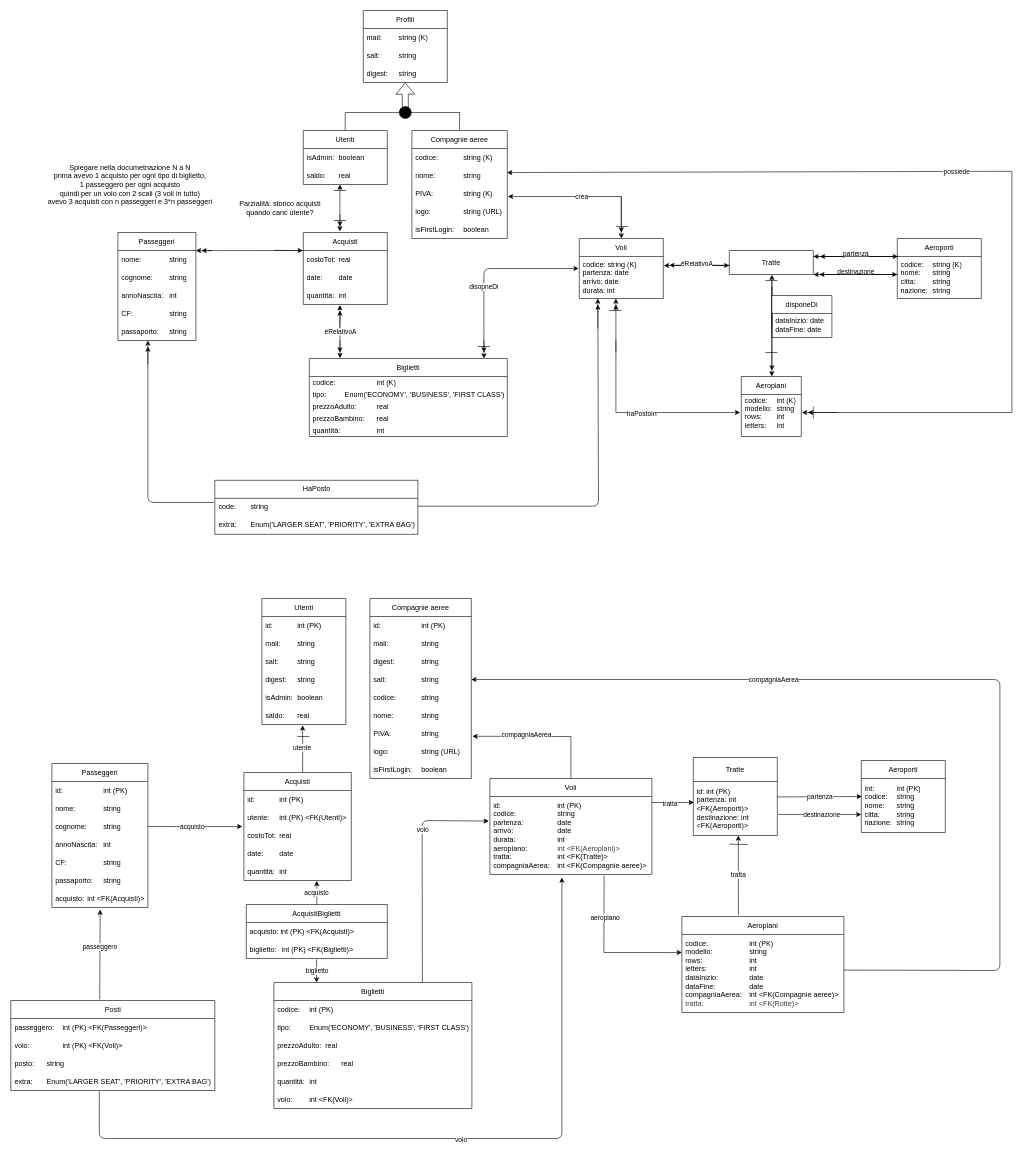
giovanni-quacchia/Airports_projects keeps this draw.io diagram as BD/DB.drawio. Above is the earlier version. Source tidied: cells renumbered, new cells numbered last; positions are measured from the earlier drawing's top-left corner, leaving out a move shared by most shapes. Both pictures are drawn from the tidied source at 60%, with x=0, y=0 at pixel (11, 10).
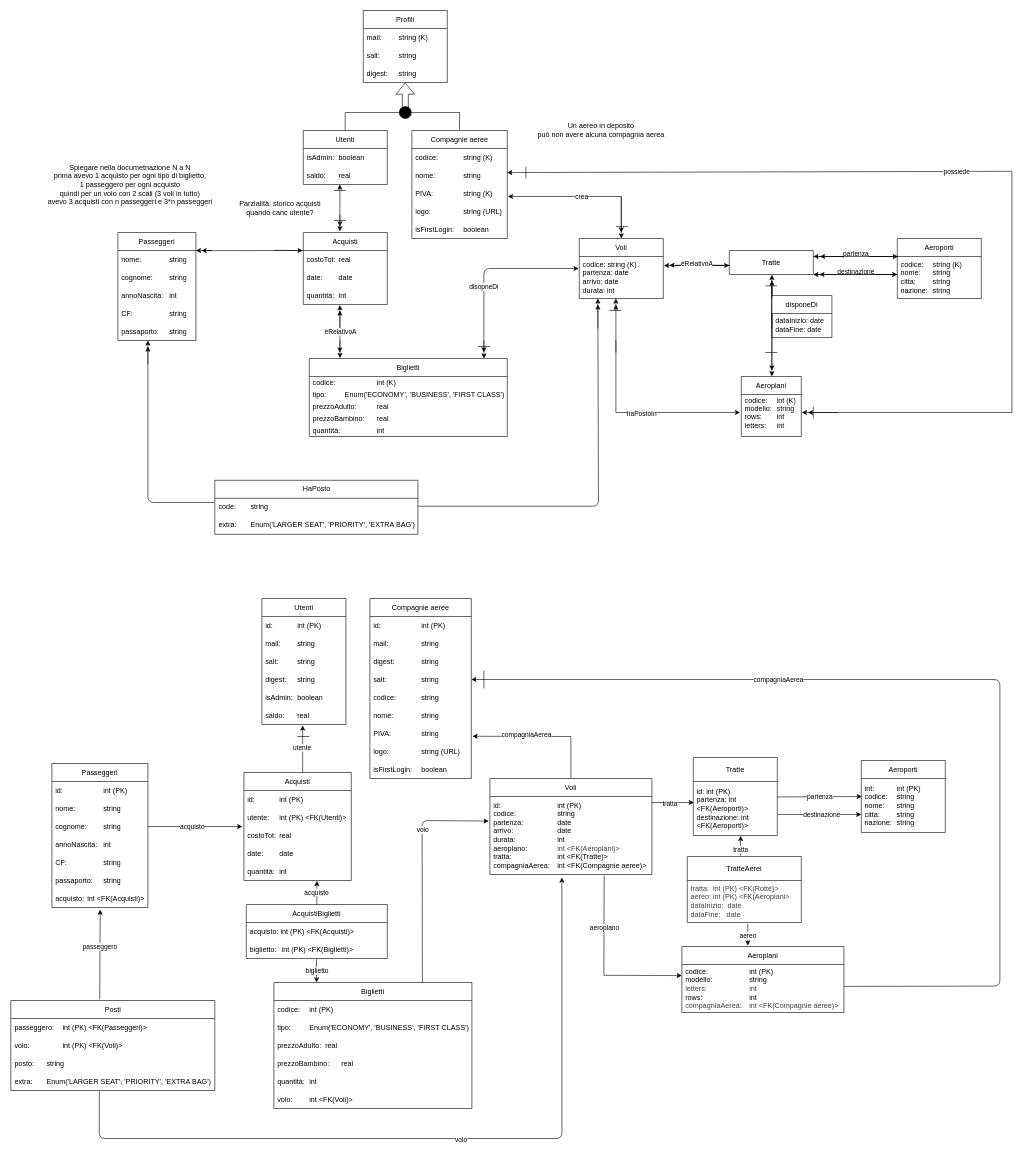
The same page after the edit.

The change refers to these unchanged cells:
```xml
<mxCell id="102" value="salt: &lt;span style=&quot;white-space: pre;&quot;&gt;&#9;&lt;span style=&quot;white-space: pre;&quot;&gt;&#9;&lt;/span&gt;&lt;/span&gt;string" style="text;strokeColor=none;fillColor=none;align=left;verticalAlign=middle;spacingLeft=4;spacingRight=4;overflow=hidden;points=[[0,0.5],[1,0.5]];portConstraint=eastwest;whiteSpace=wrap;html=1;" parent="98" vertex="1">
  <mxGeometry y="120" width="169" height="30" as="geometry" />
</mxCell>
<mxCell id="109" value="&lt;div&gt;id: int (PK)&lt;/div&gt;partenza: int &amp;lt;FK(Aeroporti)&amp;gt;&lt;div&gt;&lt;span style=&quot;color: rgb(0, 0, 0);&quot;&gt;destinazione: int &amp;lt;FK(Aeroporti)&amp;gt;&lt;/span&gt;&lt;/div&gt;" style="text;strokeColor=none;fillColor=none;align=left;verticalAlign=middle;spacingLeft=4;spacingRight=4;overflow=hidden;points=[[0,0.5],[1,0.5]];portConstraint=eastwest;whiteSpace=wrap;html=1;" parent="108" vertex="1">
  <mxGeometry y="40" width="140" height="90" as="geometry" />
</mxCell>
<mxCell id="121" value="&lt;div&gt;id:&amp;nbsp;&lt;span style=&quot;white-space: pre;&quot;&gt;&#9;&lt;/span&gt;&lt;span style=&quot;white-space: pre;&quot;&gt;&#9;&lt;span style=&quot;white-space: pre;&quot;&gt;&#9;&lt;span style=&quot;white-space: pre;&quot;&gt;&#9;&lt;/span&gt;&lt;/span&gt;&lt;/span&gt;int (PK)&lt;/div&gt;codice: &lt;span style=&quot;white-space: pre;&quot;&gt;&#9;&lt;span style=&quot;white-space: pre;&quot;&gt;&#9;&lt;span style=&quot;white-space: pre;&quot;&gt;&#9;&lt;/span&gt;&lt;/span&gt;&lt;/span&gt;string&amp;nbsp;&lt;div&gt;partenza: &lt;span style=&quot;white-space: pre;&quot;&gt;&#9;&lt;span style=&quot;white-space: pre;&quot;&gt;&#9;&lt;/span&gt;&lt;/span&gt;date&lt;/div&gt;&lt;div&gt;arrivo: &lt;span style=&quot;white-space: pre;&quot;&gt;&#9;&lt;/span&gt;&lt;span style=&quot;white-space: pre;&quot;&gt;&#9;&lt;span style=&quot;white-space: pre;&quot;&gt;&#9;&lt;/span&gt;&lt;/span&gt;date&lt;/div&gt;&lt;div&gt;durata: &lt;span style=&quot;white-space: pre;&quot;&gt;&#9;&lt;/span&gt;&lt;span style=&quot;white-space: pre;&quot;&gt;&#9;&lt;span style=&quot;white-space: pre;&quot;&gt;&#9;&lt;/span&gt;&lt;/span&gt;int&lt;/div&gt;&lt;div&gt;aeroplano:&amp;nbsp;&lt;span style=&quot;white-space: pre;&quot;&gt;&#9;&lt;span style=&quot;white-space: pre;&quot;&gt;&#9;&lt;/span&gt;&lt;/span&gt;&lt;span style=&quot;color: rgb(63, 63, 63); background-color: transparent;&quot;&gt;int &amp;lt;FK(Aeroplani)&amp;gt;&lt;/span&gt;&lt;/div&gt;&lt;div&gt;tratta:&lt;span style=&quot;white-space: pre;&quot;&gt;&#9;&lt;span style=&quot;white-space: pre;&quot;&gt;&#9;&lt;span style=&quot;white-space: pre;&quot;&gt;&#9;&lt;/span&gt;&lt;/span&gt;int &amp;lt;FK(Tratte)&amp;gt;&lt;/span&gt;&lt;span style=&quot;white-space: pre;&quot;&gt;&#9;&lt;/span&gt;&lt;/div&gt;&lt;div&gt;compagniaAerea: &lt;span style=&quot;white-space: pre;&quot;&gt;&#9;&lt;/span&gt;int &amp;lt;FK(Compagnie aeree)&amp;gt;&lt;/div&gt;" style="text;strokeColor=none;fillColor=none;align=left;verticalAlign=middle;spacingLeft=4;spacingRight=4;overflow=hidden;points=[[0,0.5],[1,0.5]];portConstraint=eastwest;whiteSpace=wrap;html=1;" parent="120" vertex="1">
  <mxGeometry y="30" width="270" height="130" as="geometry" />
</mxCell>
```

Change to the diagram source:
```diff
@@
     <mxCell id="54" style="endArrow=none;html=1;rounded=0;" parent="1" edge="1">
       <mxGeometry relative="1" as="geometry">
-        <mxPoint x="1277" y="450" as="sourcePoint" />
-        <mxPoint x="1257" y="450" as="targetPoint" />
+        <mxPoint x="1277" y="459" as="sourcePoint" />
+        <mxPoint x="1257" y="459" as="targetPoint" />
       </mxGeometry>
     </mxCell>
@@
     <mxCell id="110" value="Aeroplani" style="swimlane;fontStyle=0;horizontal=1;startSize=30;whiteSpace=wrap;html=1;" parent="1" vertex="1">
-      <mxGeometry x="1118" y="1510" width="270" height="160" as="geometry" />
+      <mxGeometry x="1118" y="1560" width="270" height="110" as="geometry" />
     </mxCell>
-    <mxCell id="111" value="codice: &lt;span style=&quot;white-space: pre;&quot;&gt;&#9;&lt;span style=&quot;white-space: pre;&quot;&gt;&#9;&lt;span style=&quot;white-space: pre;&quot;&gt;&#9;&lt;/span&gt;&lt;/span&gt;&lt;/span&gt;int (PK)&lt;div&gt;&lt;font color=&quot;#000000&quot;&gt;modello: &lt;span style=&quot;white-space: pre;&quot;&gt;&#9;&lt;span style=&quot;white-space: pre;&quot;&gt;&#9;&lt;span style=&quot;white-space: pre;&quot;&gt;&#9;&lt;/span&gt;&lt;/span&gt;&lt;/span&gt;string&lt;/font&gt;&lt;/div&gt;&lt;div&gt;&lt;font color=&quot;#000000&quot;&gt;rows: &lt;span style=&quot;white-space: pre;&quot;&gt;&#9;&lt;span style=&quot;white-space: pre;&quot;&gt;&#9;&lt;span style=&quot;white-space: pre;&quot;&gt;&#9;&lt;/span&gt;&lt;/span&gt;&lt;/span&gt;int&lt;/font&gt;&lt;/div&gt;&lt;div&gt;&lt;font color=&quot;#000000&quot;&gt;letters: &lt;span style=&quot;white-space: pre;&quot;&gt;&#9;&lt;span style=&quot;white-space: pre;&quot;&gt;&#9;&lt;span style=&quot;white-space: pre;&quot;&gt;&#9;&lt;/span&gt;&lt;/span&gt;&lt;/span&gt;int&lt;/font&gt;&lt;/div&gt;&lt;div&gt;&lt;div&gt;&lt;div&gt;dataInizio: &lt;span style=&quot;white-space: pre;&quot;&gt;&#9;&lt;span style=&quot;white-space: pre;&quot;&gt;&#9;&lt;/span&gt;&lt;/span&gt;date&lt;/div&gt;&lt;/div&gt;&lt;/div&gt;&lt;div&gt;dataFine: &lt;span style=&quot;white-space: pre;&quot;&gt;&#9;&lt;span style=&quot;white-space: pre;&quot;&gt;&#9;&lt;/span&gt;&lt;/span&gt;date&lt;/div&gt;&lt;div&gt;compagniaAerea:&amp;nbsp;&lt;span style=&quot;white-space: pre;&quot;&gt;&#9;&lt;/span&gt;int &amp;lt;FK(Compagnie aeree)&amp;gt;&lt;/div&gt;&lt;div&gt;&lt;span style=&quot;color: rgb(63, 63, 63);&quot;&gt;tratta:&amp;nbsp;&lt;/span&gt;&lt;span style=&quot;color: rgb(63, 63, 63); scrollbar-color: rgb(226, 226, 226) rgb(251, 251, 251); white-space: pre;&quot;&gt;&#9;&lt;span style=&quot;white-space: pre;&quot;&gt;&#9;&lt;/span&gt;&lt;span style=&quot;white-space: pre;&quot;&gt;&#9;&lt;/span&gt;&lt;/span&gt;&lt;span style=&quot;color: rgb(63, 63, 63);&quot;&gt;int &amp;lt;FK(Rotte)&amp;gt;&lt;/span&gt;&lt;/div&gt;" style="text;strokeColor=none;fillColor=none;align=left;verticalAlign=middle;spacingLeft=4;spacingRight=4;overflow=hidden;points=[[0,0.5],[1,0.5]];portConstraint=eastwest;whiteSpace=wrap;html=1;" parent="110" vertex="1">
-      <mxGeometry y="30" width="270" height="130" as="geometry" />
+    <mxCell id="111" value="codice: &lt;span style=&quot;white-space: pre;&quot;&gt;&#9;&lt;span style=&quot;white-space: pre;&quot;&gt;&#9;&lt;span style=&quot;white-space: pre;&quot;&gt;&#9;&lt;/span&gt;&lt;/span&gt;&lt;/span&gt;int (PK)&lt;div&gt;&lt;font color=&quot;#000000&quot;&gt;modello: &lt;span style=&quot;white-space: pre;&quot;&gt;&#9;&lt;span style=&quot;white-space: pre;&quot;&gt;&#9;&lt;span style=&quot;white-space: pre;&quot;&gt;&#9;&lt;/span&gt;&lt;/span&gt;&lt;/span&gt;string&lt;/font&gt;&lt;/div&gt;&lt;div&gt;&lt;font color=&quot;#000000&quot;&gt;&lt;div style=&quot;color: rgb(63, 63, 63); scrollbar-color: rgb(226, 226, 226) rgb(251, 251, 251);&quot;&gt;&lt;font style=&quot;scrollbar-color: rgb(226, 226, 226) rgb(251, 251, 251);&quot;&gt;letters:&amp;nbsp;&lt;span style=&quot;color: rgb(63, 63, 63); scrollbar-color: rgb(226, 226, 226) rgb(251, 251, 251); white-space: pre;&quot;&gt;&#9;&lt;span style=&quot;color: rgb(63, 63, 63); scrollbar-color: rgb(226, 226, 226) rgb(251, 251, 251); white-space: pre;&quot;&gt;&#9;&lt;span style=&quot;color: rgb(63, 63, 63); scrollbar-color: rgb(226, 226, 226) rgb(251, 251, 251);&quot;&gt;&#9;&lt;/span&gt;&lt;/span&gt;&lt;/span&gt;int&lt;/font&gt;&lt;/div&gt;&lt;/font&gt;&lt;/div&gt;&lt;div&gt;&lt;font color=&quot;#000000&quot;&gt;rows: &lt;span style=&quot;white-space: pre;&quot;&gt;&#9;&lt;span style=&quot;white-space: pre;&quot;&gt;&#9;&lt;span style=&quot;white-space: pre;&quot;&gt;&#9;&lt;/span&gt;&lt;/span&gt;&lt;/span&gt;int&lt;/font&gt;&lt;/div&gt;&lt;div&gt;&lt;span style=&quot;color: rgb(63, 63, 63); background-color: transparent;&quot;&gt;compagniaAerea:&amp;nbsp;&lt;/span&gt;&lt;span style=&quot;color: rgb(63, 63, 63); background-color: transparent; white-space: pre;&quot;&gt;&#9;&lt;/span&gt;&lt;span style=&quot;color: rgb(63, 63, 63); background-color: transparent;&quot;&gt;int &amp;lt;FK(Compagnie aeree)&amp;gt;&lt;/span&gt;&lt;/div&gt;" style="text;strokeColor=none;fillColor=none;align=left;verticalAlign=middle;spacingLeft=4;spacingRight=4;overflow=hidden;points=[[0,0.5],[1,0.5]];portConstraint=eastwest;whiteSpace=wrap;html=1;" parent="110" vertex="1">
+      <mxGeometry y="30" width="270" height="80" as="geometry" />
     </mxCell>
@@
-    <mxCell id="118" style="endArrow=classic;html=1;rounded=0;exitX=0.349;exitY=-0.014;exitDx=0;exitDy=0;exitPerimeter=0;" parent="1" edge="1" source="110">
-      <mxGeometry relative="1" as="geometry">
-        <mxPoint x="1212" y="1375" as="targetPoint" />
-      </mxGeometry>
-    </mxCell>
-    <mxCell id="119" value="tratta" style="edgeLabel;html=1;align=center;verticalAlign=middle;" parent="118" vertex="1">
-      <mxGeometry x="-0.73" y="1" relative="1" as="geometry">
-        <mxPoint y="-49" as="offset" />
-      </mxGeometry>
-    </mxCell>
@@
     <mxCell id="131" style="endArrow=classic;html=1;rounded=0;exitX=0.705;exitY=1.014;exitDx=0;exitDy=0;exitPerimeter=0;entryX=0;entryY=0.231;entryDx=0;entryDy=0;entryPerimeter=0;" parent="1" edge="1" source="121" target="111">
       <mxGeometry relative="1" as="geometry">
         <Array as="points">
-          <mxPoint x="988" y="1570" />
+          <mxPoint x="988" y="1608" />
         </Array>
       </mxGeometry>
     </mxCell>
@@
-    <mxCell id="133" style="endArrow=none;html=1;rounded=0;" parent="1" edge="1">
-      <mxGeometry relative="1" as="geometry">
-        <mxPoint x="1228" y="1390" as="sourcePoint" />
-        <mxPoint x="1197" y="1389.5" as="targetPoint" />
-      </mxGeometry>
-    </mxCell>
@@
     <mxCell id="155" style="endArrow=classic;html=1;exitX=1.001;exitY=0.456;exitDx=0;exitDy=0;entryX=1;entryY=0.5;entryDx=0;entryDy=0;exitPerimeter=0;" parent="1" edge="1" source="111" target="102">
       <mxGeometry relative="1" as="geometry">
         <Array as="points">
-          <mxPoint x="1648" y="1600" />
+          <mxPoint x="1648" y="1626" />
           <mxPoint x="1648" y="1115" />
         </Array>
       </mxGeometry>
     </mxCell>
@@
+    <mxCell id="184" style="endArrow=none;html=1;" parent="1" edge="1">
+      <mxGeometry relative="1" as="geometry">
+        <mxPoint x="858" y="280" as="sourcePoint" />
+        <mxPoint x="858" y="260" as="targetPoint" />
+      </mxGeometry>
+    </mxCell>
+    <mxCell id="185" value="Un aereo in deposito&lt;div&gt;può non avere alcuna compagnia aerea&lt;/div&gt;" style="text;html=1;align=center;verticalAlign=middle;strokeColor=none;fillColor=none;" parent="1" vertex="1">
+      <mxGeometry x="868" y="180" width="230" height="40" as="geometry" />
+    </mxCell>
+    <mxCell id="186" style="endArrow=none;html=1;" parent="1" edge="1">
+      <mxGeometry relative="1" as="geometry">
+        <mxPoint x="788" y="1130" as="sourcePoint" />
+        <mxPoint x="788" y="1100" as="targetPoint" />
+      </mxGeometry>
+    </mxCell>
+    <mxCell id="187" style="endArrow=classic;html=1;" parent="1" edge="1">
+      <mxGeometry relative="1" as="geometry">
+        <mxPoint x="1268" y="480" as="sourcePoint" />
+        <mxPoint x="1268" y="450" as="targetPoint" />
+      </mxGeometry>
+    </mxCell>
+    <mxCell id="188" value="TratteAerei" style="swimlane;fontStyle=0;horizontal=1;startSize=40;whiteSpace=wrap;html=1;" parent="1" vertex="1">
+      <mxGeometry x="1127" y="1410" width="190" height="110" as="geometry" />
+    </mxCell>
+    <mxCell id="189" value="&lt;span style=&quot;scrollbar-color: rgb(226, 226, 226) rgb(251, 251, 251); color: rgb(63, 63, 63);&quot;&gt;tratta:&amp;nbsp;&lt;/span&gt;&lt;span style=&quot;scrollbar-color: rgb(226, 226, 226) rgb(251, 251, 251); color: rgb(63, 63, 63);&quot;&gt;&lt;font color=&quot;#000000&quot;&gt;&amp;nbsp;&lt;/font&gt;&lt;/span&gt;&lt;span style=&quot;scrollbar-color: rgb(226, 226, 226) rgb(251, 251, 251); color: rgb(63, 63, 63);&quot;&gt;int (PK) &amp;lt;FK(Rotte)&amp;gt;&lt;/span&gt;&lt;div&gt;&lt;span style=&quot;scrollbar-color: rgb(226, 226, 226) rgb(251, 251, 251); color: rgb(63, 63, 63);&quot;&gt;aereo: int (PK)&amp;nbsp;&lt;/span&gt;&lt;span style=&quot;color: rgb(63, 63, 63); background-color: transparent;&quot;&gt;&amp;lt;FK(Aeroplani&lt;/span&gt;&lt;span style=&quot;color: rgb(63, 63, 63); background-color: transparent;&quot;&gt;&amp;gt;&lt;/span&gt;&lt;/div&gt;&lt;div&gt;&lt;span style=&quot;color: rgb(63, 63, 63); background-color: transparent;&quot;&gt;&lt;div style=&quot;color: rgb(63, 63, 63); scrollbar-color: rgb(226, 226, 226) rgb(251, 251, 251);&quot;&gt;&lt;div style=&quot;color: rgb(63, 63, 63); scrollbar-color: rgb(226, 226, 226) rgb(251, 251, 251);&quot;&gt;&lt;div style=&quot;color: rgb(63, 63, 63); scrollbar-color: rgb(226, 226, 226) rgb(251, 251, 251);&quot;&gt;dataInizio:&amp;nbsp; date&lt;/div&gt;&lt;/div&gt;&lt;/div&gt;&lt;div style=&quot;color: rgb(63, 63, 63); scrollbar-color: rgb(226, 226, 226) rgb(251, 251, 251);&quot;&gt;dataFine:&amp;nbsp; &amp;nbsp;date&lt;/div&gt;&lt;/span&gt;&lt;/div&gt;" style="text;strokeColor=none;fillColor=none;align=left;verticalAlign=middle;spacingLeft=4;spacingRight=4;overflow=hidden;points=[[0,0.5],[1,0.5]];portConstraint=eastwest;whiteSpace=wrap;html=1;" parent="188" vertex="1">
+      <mxGeometry y="40" width="190" height="70" as="geometry" />
+    </mxCell>
+    <mxCell id="190" style="endArrow=classic;html=1;entryX=0.564;entryY=1.006;entryDx=0;entryDy=0;entryPerimeter=0;exitX=0.467;exitY=-0.012;exitDx=0;exitDy=0;exitPerimeter=0;" parent="1" edge="1" source="188" target="109">
+      <mxGeometry relative="1" as="geometry" />
+    </mxCell>
+    <mxCell id="119" value="tratta" style="edgeLabel;html=1;align=center;verticalAlign=middle;" parent="190" vertex="1">
+      <mxGeometry x="-0.37" relative="1" as="geometry" />
+    </mxCell>
+    <mxCell id="191" style="endArrow=classic;html=1;entryX=0.407;entryY=-0.013;entryDx=0;entryDy=0;entryPerimeter=0;exitX=0.531;exitY=1.031;exitDx=0;exitDy=0;exitPerimeter=0;" parent="1" edge="1" source="189" target="110">
+      <mxGeometry relative="1" as="geometry" />
+    </mxCell>
+    <mxCell id="192" value="aereo" style="edgeLabel;html=1;align=center;verticalAlign=middle;" parent="191" vertex="1">
+      <mxGeometry x="0.03" relative="1" as="geometry" />
+    </mxCell>
```
